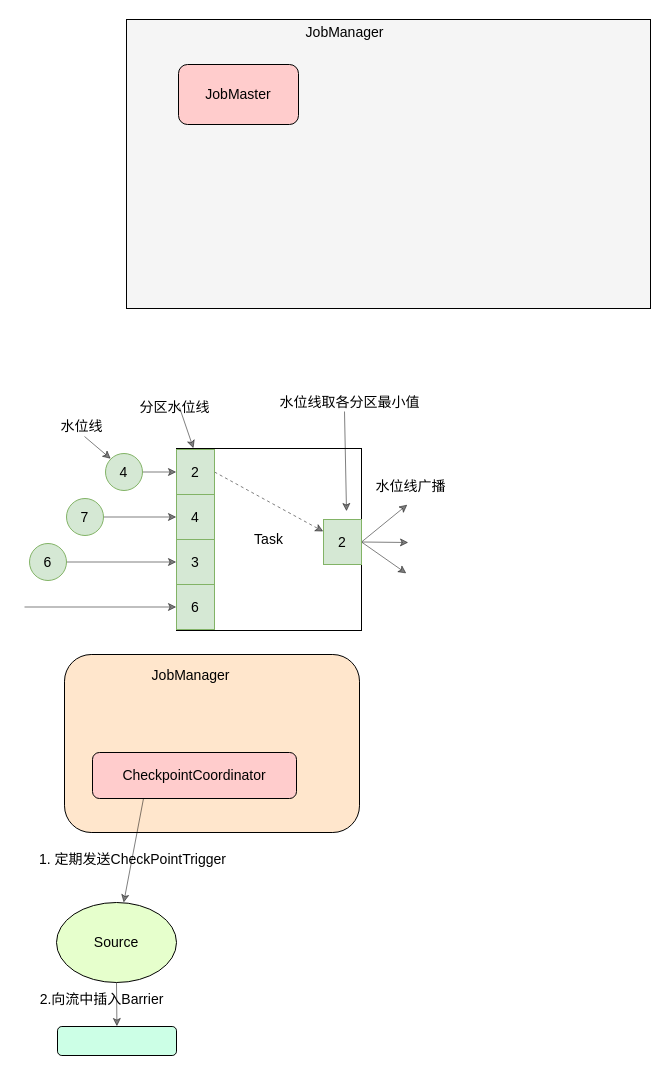
This is page "Flink" (8 of 8) of docs/algorithm/算法.drawio from luckywind/TechWorld, a draw.io file, before an edit. Source tidied: cells renumbered, new cells numbered last; positions are measured from the earlier drawing's top-left corner, leaving out a move shared by most shapes. Both pictures are drawn from the tidied source at 100%, with x=0, y=0 at pixel (24, 17).
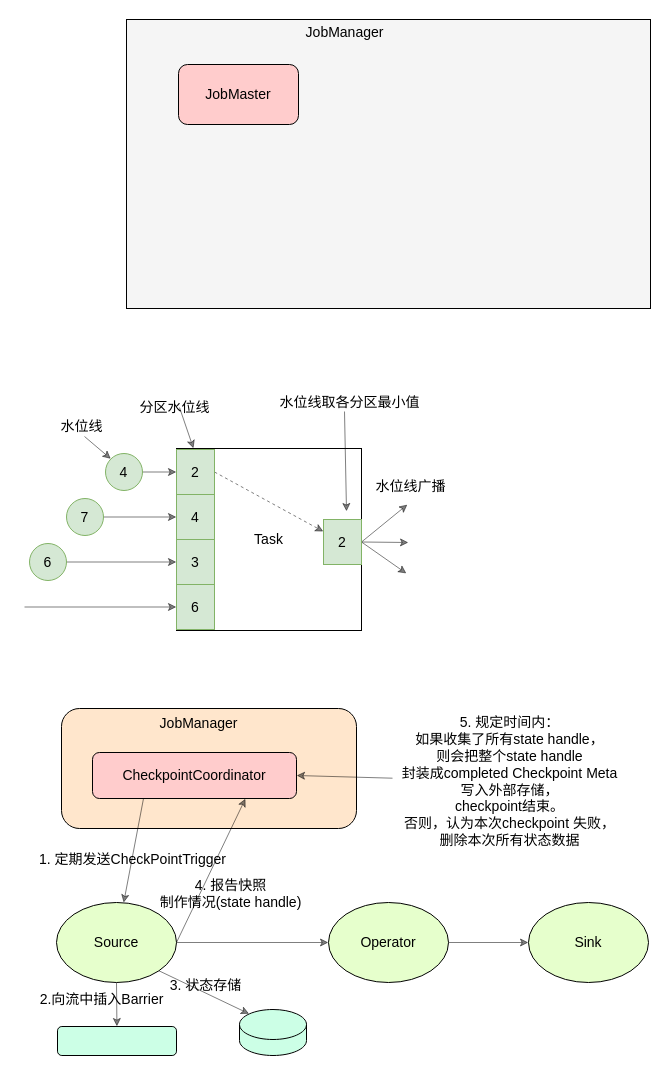
After the change.

The change refers to these unchanged cells:
```xml
<mxCell id="31" value="CheckpointCoordinator" style="rounded=1;whiteSpace=wrap;html=1;strokeColor=#000000;fontSize=14;fontColor=#000000;fillColor=#FFCCCC;" parent="1" vertex="1">
  <mxGeometry x="68" y="735" width="204" height="46" as="geometry" />
</mxCell>
<mxCell id="34" value="Source" style="ellipse;whiteSpace=wrap;html=1;rounded=1;strokeColor=#000000;fontSize=14;fontColor=#000000;fillColor=#E6FFCC;" parent="1" vertex="1">
  <mxGeometry x="32" y="885" width="120" height="80" as="geometry" />
</mxCell>
```

What changed in the source:
```diff
@@
     <mxCell id="2" style="rounded=1;whiteSpace=wrap;html=1;strokeColor=#000000;fontSize=14;fontColor=#000000;fillColor=#FFE6CC;" parent="1" vertex="1">
-      <mxGeometry x="40" y="637" width="295" height="178" as="geometry" />
+      <mxGeometry x="37" y="691" width="295" height="120" as="geometry" />
     </mxCell>
@@
     <mxCell id="32" value="JobManager" style="text;html=1;align=center;verticalAlign=middle;strokeColor=none;fillColor=none;fontSize=14;fontColor=#000000;" parent="1" vertex="1">
-      <mxGeometry x="118" y="643" width="96" height="29" as="geometry" />
+      <mxGeometry x="126" y="691" width="96" height="29" as="geometry" />
     </mxCell>
@@
+    <mxCell id="38" style="edgeStyle=none;rounded=0;jettySize=auto;html=1;exitX=1;exitY=1;exitDx=0;exitDy=0;entryX=0.145;entryY=0;entryDx=0;entryDy=4.35;entryPerimeter=0;strokeColor=#000000;fontSize=14;fontColor=#000000;opacity=50;" parent="1" edge="1" source="34" target="41">
+      <mxGeometry relative="1" as="geometry" />
+    </mxCell>
+    <mxCell id="39" style="edgeStyle=none;rounded=0;jettySize=auto;html=1;exitX=1;exitY=0.5;exitDx=0;exitDy=0;entryX=0.75;entryY=1;entryDx=0;entryDy=0;strokeColor=#000000;fontSize=14;fontColor=#000000;opacity=50;" parent="1" edge="1" source="34" target="31">
+      <mxGeometry relative="1" as="geometry" />
+    </mxCell>
+    <mxCell id="40" style="edgeStyle=none;rounded=0;jettySize=auto;html=1;strokeColor=#000000;fontSize=14;fontColor=#000000;opacity=50;" parent="1" edge="1" source="34" target="47">
+      <mxGeometry relative="1" as="geometry" />
+    </mxCell>
@@
+    <mxCell id="41" style="shape=cylinder3;whiteSpace=wrap;html=1;boundedLbl=1;backgroundOutline=1;size=15;rounded=1;strokeColor=#000000;fontSize=14;fontColor=#000000;fillColor=#CCFFE6;" parent="1" vertex="1">
+      <mxGeometry x="215" y="992" width="67" height="46" as="geometry" />
+    </mxCell>
+    <mxCell id="42" value="3. 状态存储" style="text;html=1;align=center;verticalAlign=middle;strokeColor=none;fillColor=none;fontSize=14;fontColor=#000000;" parent="1" vertex="1">
+      <mxGeometry x="136" y="953" width="90" height="29" as="geometry" />
+    </mxCell>
+    <mxCell id="43" value="4. 报告快照&lt;br&gt;制作情况(state handle)" style="text;html=1;align=center;verticalAlign=middle;strokeColor=none;fillColor=none;fontSize=14;fontColor=#000000;" parent="1" vertex="1">
+      <mxGeometry x="126" y="853" width="160" height="46" as="geometry" />
+    </mxCell>
+    <mxCell id="44" style="edgeStyle=none;rounded=0;jettySize=auto;html=1;strokeColor=#000000;fontSize=14;fontColor=#000000;opacity=50;entryX=1;entryY=0.5;entryDx=0;entryDy=0;" parent="1" edge="1" source="45" target="31">
+      <mxGeometry relative="1" as="geometry" />
+    </mxCell>
+    <mxCell id="45" value="5. 规定时间内：&lt;br&gt;如果收集了所有state handle，&lt;br&gt;则会把整个state handle&lt;br&gt;封装成completed Checkpoint Meta&lt;br&gt;写入外部存储，&lt;br&gt;checkpoint结束。&lt;br&gt;否则，认为本次checkpoint 失败，&lt;br&gt;删除本次所有状态数据" style="text;html=1;align=center;verticalAlign=middle;points=[];strokeColor=none;fillColor=none;fontSize=14;fontColor=#000000;" parent="1" vertex="1">
+      <mxGeometry x="368" y="691" width="234" height="146" as="geometry" />
+    </mxCell>
+    <mxCell id="46" style="edgeStyle=none;rounded=0;jettySize=auto;html=1;strokeColor=#000000;fontSize=14;fontColor=#000000;opacity=50;" parent="1" edge="1" source="47" target="48">
+      <mxGeometry relative="1" as="geometry" />
+    </mxCell>
+    <mxCell id="47" value="Operator" style="ellipse;whiteSpace=wrap;html=1;rounded=1;strokeColor=#000000;fontSize=14;fontColor=#000000;fillColor=#E6FFCC;" parent="1" vertex="1">
+      <mxGeometry x="304" y="885" width="120" height="80" as="geometry" />
+    </mxCell>
+    <mxCell id="48" value="Sink" style="ellipse;whiteSpace=wrap;html=1;rounded=1;strokeColor=#000000;fontSize=14;fontColor=#000000;fillColor=#E6FFCC;" parent="1" vertex="1">
+      <mxGeometry x="504" y="885" width="120" height="80" as="geometry" />
+    </mxCell>
```
